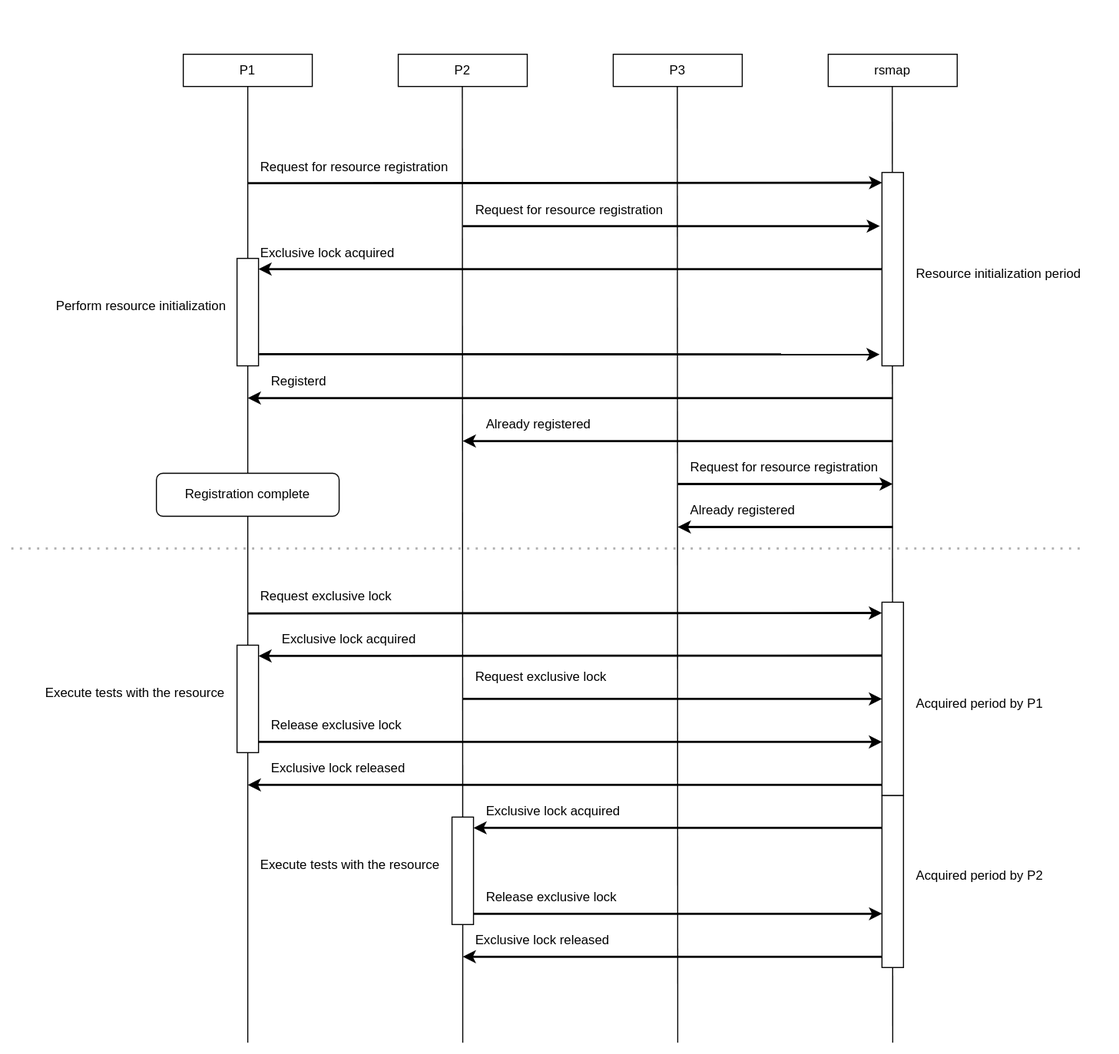
daichitakahashi/rsmap keeps this draw.io diagram as sequence.drawio.svg. Above is the earlier version. Source tidied: cells renumbered, new cells last; positions are measured from the earlier drawing's top-left corner, leaving out a move shared by most shapes.
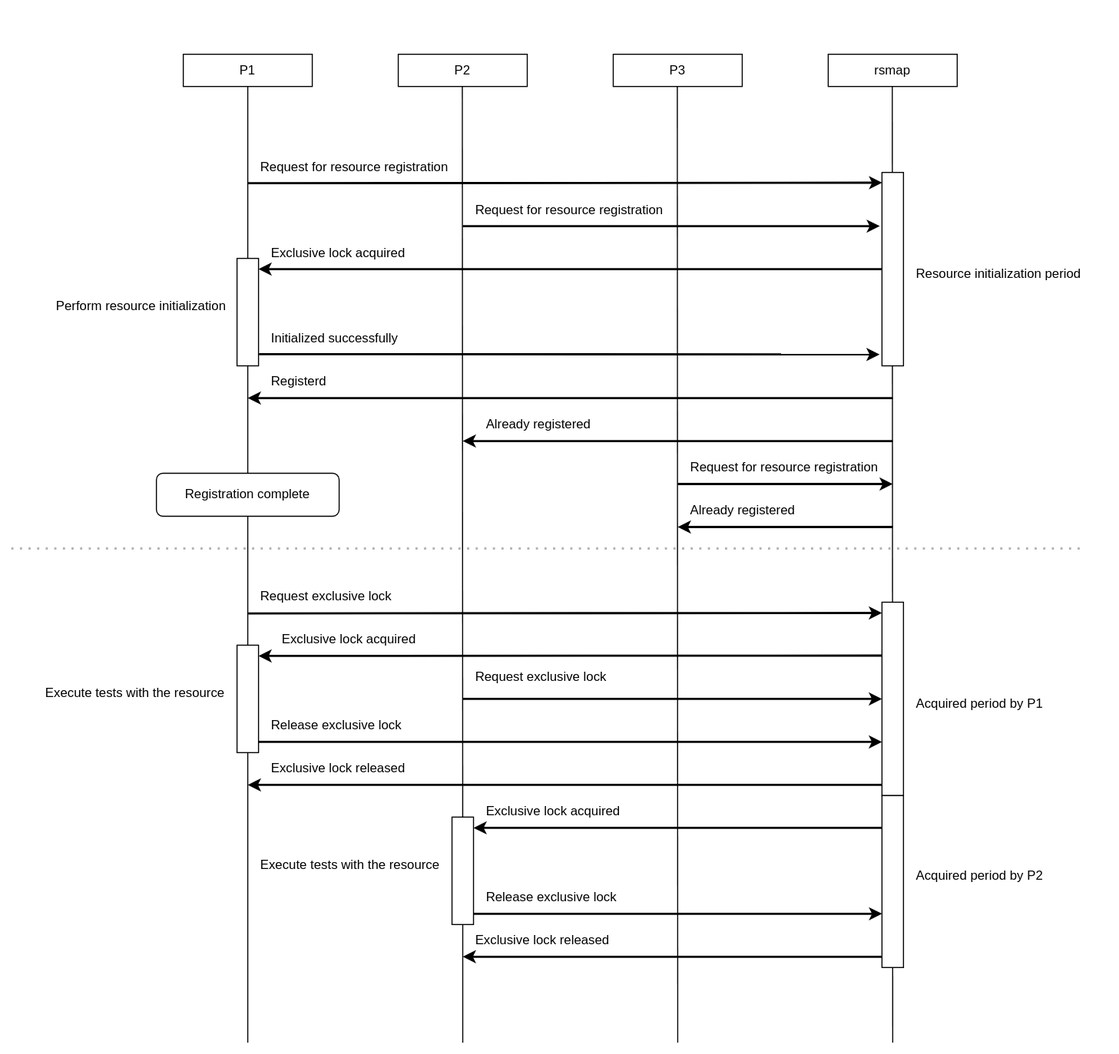
The same file after the commit.

Commit message:
Add retry-init sequence

Diff of the diagram source:
```diff
@@ -105,7 +105,7 @@
       <mxGeometry x="850" y="240" width="190" height="30" as="geometry" />
     </mxCell>
     <mxCell id="28" value="Exclusive lock acquired" style="text;html=1;strokeColor=none;fillColor=none;align=left;verticalAlign=middle;whiteSpace=wrap;rounded=0;fontColor=#000000;" parent="15" vertex="1">
-      <mxGeometry x="240" y="220" width="190" height="30" as="geometry" />
+      <mxGeometry x="250" y="220" width="190" height="30" as="geometry" />
     </mxCell>
     <mxCell id="29" style="endArrow=none;dashed=1;html=1;dashPattern=1 3;strokeWidth=2;strokeColor=#B3B3B3;fontColor=#000000;" parent="15" edge="1">
       <mxGeometry relative="1" as="geometry">
@@ -229,5 +229,8 @@
     <mxCell id="58" value="Execute tests with the resource" style="text;html=1;strokeColor=none;fillColor=none;align=left;verticalAlign=middle;whiteSpace=wrap;rounded=0;fontColor=#000000;" parent="15" vertex="1">
       <mxGeometry x="240" y="790" width="190" height="30" as="geometry" />
     </mxCell>
+    <mxCell id="59" value="Initialized successfully" style="text;html=1;strokeColor=none;fillColor=none;align=left;verticalAlign=middle;whiteSpace=wrap;rounded=0;fontColor=#000000;" parent="15" vertex="1">
+      <mxGeometry x="250" y="300" width="190" height="30" as="geometry" />
+    </mxCell>
   </root>
 </mxGraphModel>
```
